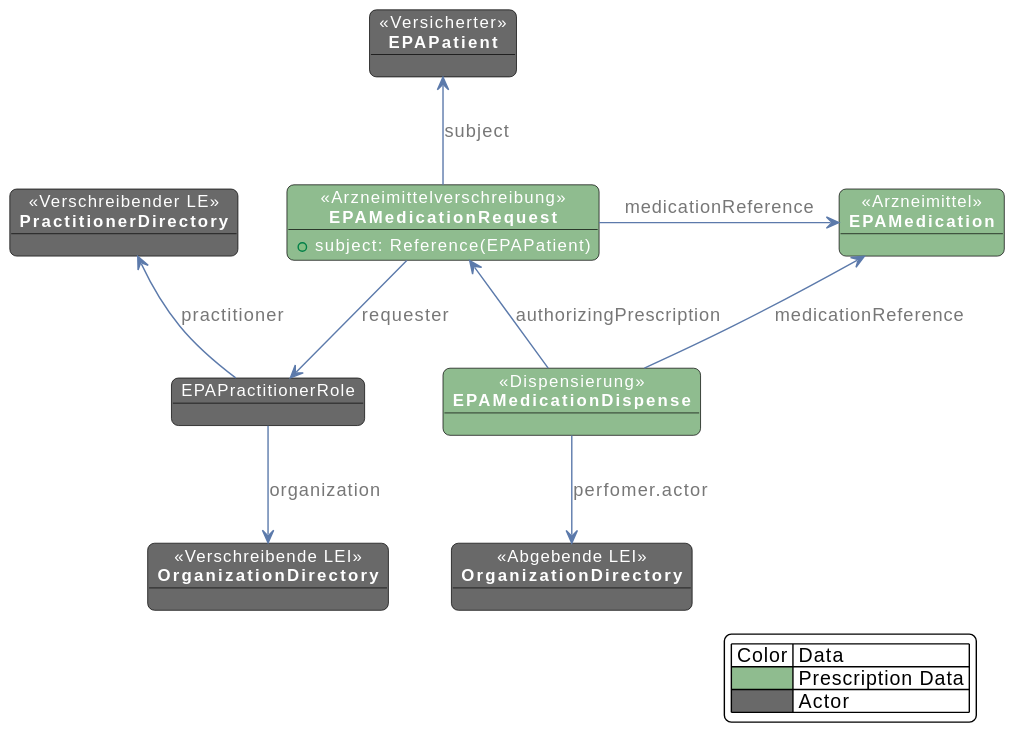
This is images/plantuml/medication.fhir.model.svg from gematik/ePA-Medication, a PlantUML export, as it was before one commit.
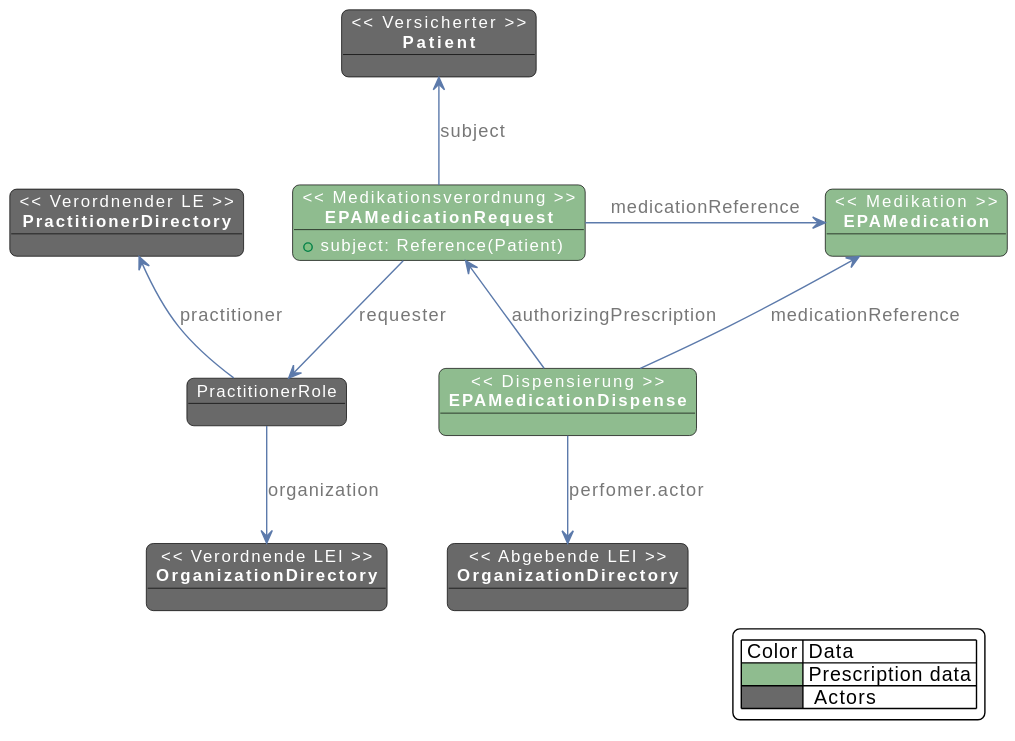
Above is the later version.

What changed in the source:
```diff
@@ -1,4 +1,4 @@
-@startuml
+@startuml medication.fhir.model
 skinparam fixCircleLabelOverlapping false
 skinparam roundcorner 10
 skinparam object {
@@ -12,14 +12,14 @@
 }
 skinparam LegendBackgroundColor White
 
-object "<< Versicherter >>\n**EPAPatient**" as Patient
-object "<< Verschreibender LE >>\n**PractitionerDirectory**" as PrescribingPractitioner
-object "<< Verschreibende LEI >>\n**OrganizationDirectory**" as PrescribingOrganization
+object "<< Versicherter >>\n**Patient**" as Patient
+object "<< Verordnender LE >>\n**PractitionerDirectory**" as PrescribingPractitioner
+object "<< Verordnende LEI >>\n**OrganizationDirectory**" as PrescribingOrganization
 object "<< Abgebende LEI >>\n**OrganizationDirectory**" as DispenserOrganization
-object "EPAPractitionerRole" as PractionerRole
-object "<< Arzneimittel >>\n**EPAMedication**" as Medication #DarkSeaGreen
-object "<< Arzneimittelverschreibung >>\n**EPAMedicationRequest**" as MedicationRequest #DarkSeaGreen  {
-    + subject: Reference(EPAPatient)
+object "PractitionerRole" as PractionerRole
+object "<< Medikation >>\n**EPAMedication**" as Medication #DarkSeaGreen
+object "<< Medikationsverordnung >>\n**EPAMedicationRequest**" as MedicationRequest #DarkSeaGreen  {
+    + subject: Reference(Patient)
 }
 object "<< Dispensierung >>\n**EPAMedicationDispense**" as MedicationDispense #DarkSeaGreen
 
@@ -38,7 +38,7 @@
 
 legend right
     | Color | Data |
-    |<#DarkSeaGreen>| Prescription Data |
-    |<#DimGrey>| Actor |
+    |<#DarkSeaGreen>| Prescription data |
+    |<#DimGrey>|  Actors |
 endlegend
 @enduml
```
